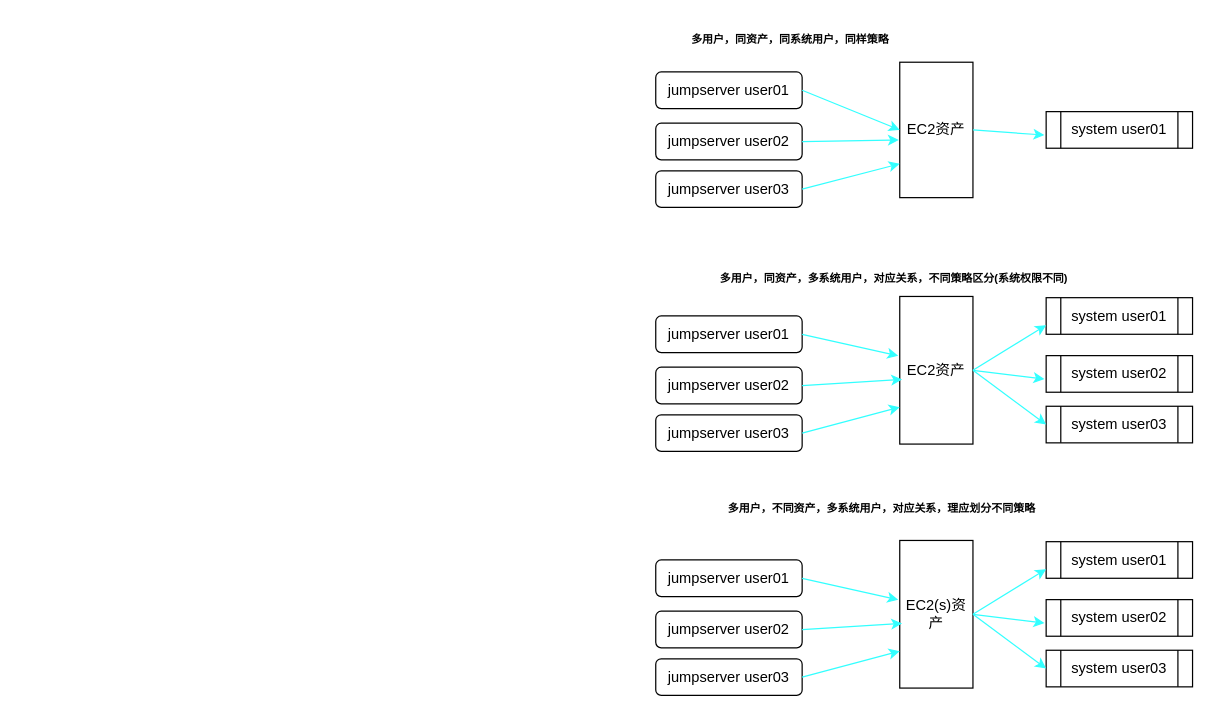
The draw.io diagram AWSjumpserve-授权策略.drawio in Devnull6/flowchart, before the edit. Source tidied: cells renumbered, new cells numbered last; positions are measured from the earlier drawing's top-left corner, leaving out a move shared by most shapes. Both pictures are drawn from the tidied source at 122%, with x=0, y=0 at pixel (655, 21).
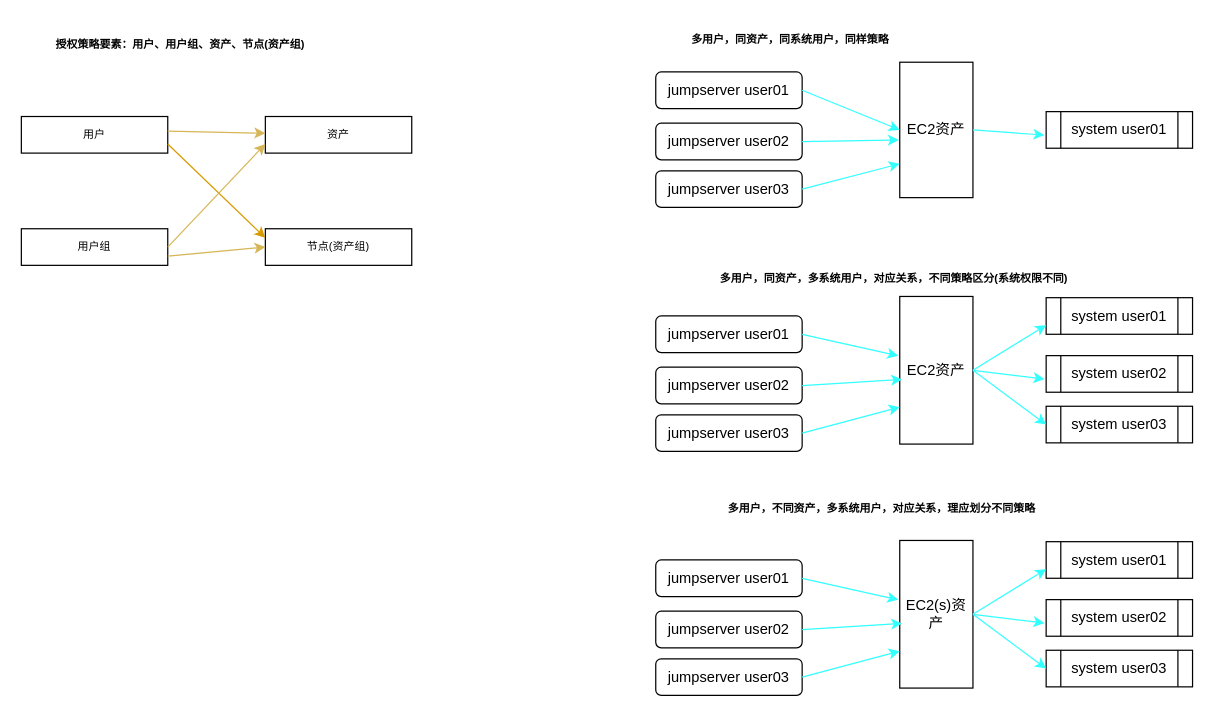
The same diagram, later.

The edit, as a diff of the source:
```diff
@@
+    <mxCell id="40" value="授权策略要素：用户、用户组、资产、节点(资产组)" style="text;strokeColor=none;fillColor=none;html=1;fontSize=9;fontStyle=1;verticalAlign=middle;align=center;" parent="1" vertex="1">
+      <mxGeometry x="-500" y="3.5" width="220" height="30" as="geometry" />
+    </mxCell>
+    <mxCell id="41" value="用户" style="rounded=0;whiteSpace=wrap;html=1;fontSize=9;" parent="1" vertex="1">
+      <mxGeometry x="-520" y="78" width="120" height="30" as="geometry" />
+    </mxCell>
+    <mxCell id="42" value="用户组" style="rounded=0;whiteSpace=wrap;html=1;fontSize=9;" parent="1" vertex="1">
+      <mxGeometry x="-520" y="170" width="120" height="30" as="geometry" />
+    </mxCell>
+    <mxCell id="43" value="节点(资产组)" style="rounded=0;whiteSpace=wrap;html=1;fontSize=9;" parent="1" vertex="1">
+      <mxGeometry x="-320" y="170" width="120" height="30" as="geometry" />
+    </mxCell>
+    <mxCell id="44" value="资产" style="rounded=0;whiteSpace=wrap;html=1;fontSize=9;" parent="1" vertex="1">
+      <mxGeometry x="-320" y="78" width="120" height="30" as="geometry" />
+    </mxCell>
+    <mxCell id="45" style="endArrow=classic;html=1;entryX=0;entryY=0.25;entryDx=0;entryDy=0;exitX=1;exitY=0.75;exitDx=0;exitDy=0;rounded=1;fillColor=#ffe6cc;strokeColor=#d79b00;" parent="1" edge="1" source="41" target="43">
+      <mxGeometry relative="1" as="geometry" />
+    </mxCell>
+    <mxCell id="46" style="endArrow=classic;html=1;rounded=1;fillColor=#fff2cc;strokeColor=#d6b656;" parent="1" edge="1" target="44">
+      <mxGeometry relative="1" as="geometry">
+        <mxPoint x="-400" y="90" as="sourcePoint" />
+      </mxGeometry>
+    </mxCell>
+    <mxCell id="47" style="endArrow=classic;html=1;rounded=1;fillColor=#fff2cc;strokeColor=#d6b656;exitX=1;exitY=0.75;exitDx=0;exitDy=0;entryX=0;entryY=0.5;entryDx=0;entryDy=0;" parent="1" edge="1" source="42" target="43">
+      <mxGeometry relative="1" as="geometry" />
+    </mxCell>
+    <mxCell id="48" style="endArrow=classic;html=1;rounded=1;fillColor=#fff2cc;strokeColor=#d6b656;exitX=1;exitY=0.5;exitDx=0;exitDy=0;entryX=0;entryY=0.75;entryDx=0;entryDy=0;" parent="1" edge="1" source="42" target="44">
+      <mxGeometry relative="1" as="geometry" />
+    </mxCell>
```
